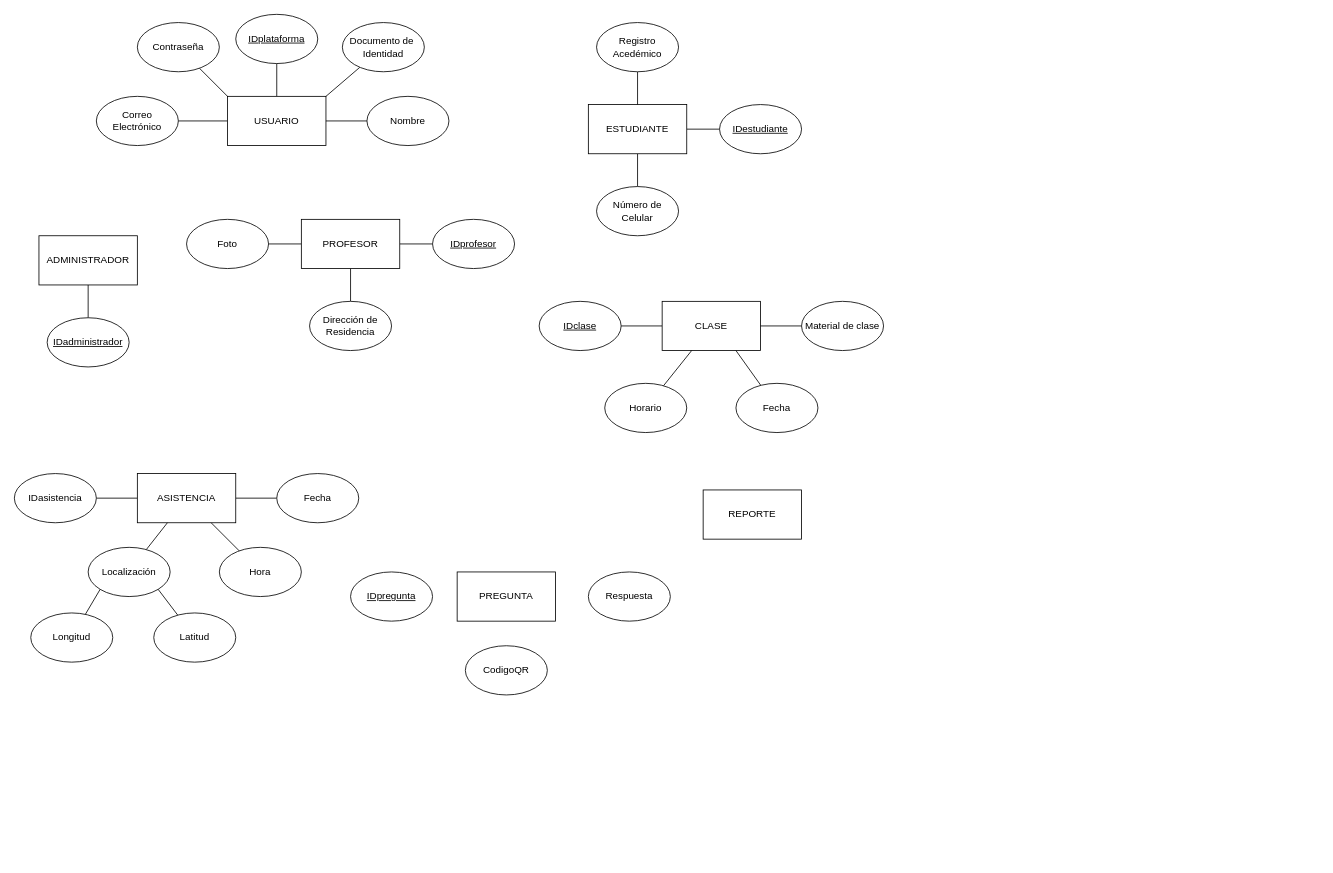
Before: Attenzio Entidad-Relación.drawio in 18luisc/Attenzio, a draw.io diagram. Source tidied: cells renumbered, new cells numbered last; positions are measured from the earlier drawing's top-left corner, leaving out a move shared by most shapes. Both pictures are drawn from the tidied source at 82%, with x=0, y=0 at pixel (14, 14).
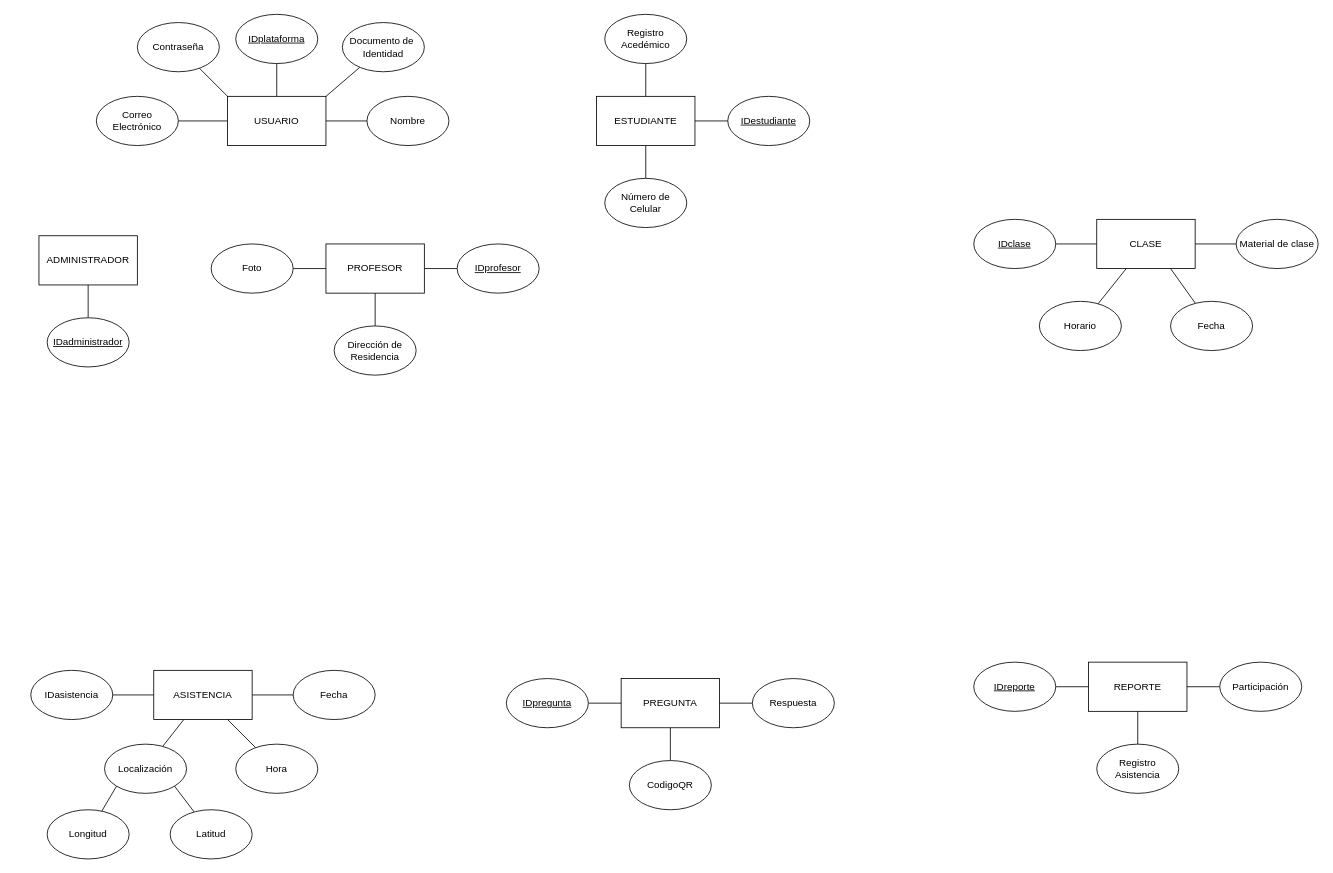
The same diagram, later.

Commit message:
Se agrega atributos de la entidad Reporte

Change to the diagram source:
```diff
@@
     <mxCell id="7" value="ESTUDIANTE" style="rounded=0;whiteSpace=wrap;html=1;" parent="1" vertex="1">
-      <mxGeometry x="700" y="110" width="120" height="60" as="geometry" />
+      <mxGeometry x="710" y="100" width="120" height="60" as="geometry" />
     </mxCell>
@@
     <mxCell id="11" value="PROFESOR" style="rounded=0;whiteSpace=wrap;html=1;" parent="1" vertex="1">
-      <mxGeometry x="350" y="250" width="120" height="60" as="geometry" />
+      <mxGeometry x="380" y="280" width="120" height="60" as="geometry" />
     </mxCell>
@@
     <mxCell id="15" value="CLASE" style="rounded=0;whiteSpace=wrap;html=1;" parent="1" vertex="1">
-      <mxGeometry x="790" y="350" width="120" height="60" as="geometry" />
+      <mxGeometry x="1320" y="250" width="120" height="60" as="geometry" />
     </mxCell>
@@
     <mxCell id="18" value="ASISTENCIA" style="rounded=0;whiteSpace=wrap;html=1;" parent="1" vertex="1">
-      <mxGeometry x="150" y="560" width="120" height="60" as="geometry" />
+      <mxGeometry x="170" y="800" width="120" height="60" as="geometry" />
     </mxCell>
     <mxCell id="19" value="PREGUNTA" style="rounded=0;whiteSpace=wrap;html=1;" parent="1" vertex="1">
-      <mxGeometry x="540" y="680" width="120" height="60" as="geometry" />
+      <mxGeometry x="740" y="810" width="120" height="60" as="geometry" />
     </mxCell>
     <mxCell id="20" value="REPORTE" style="rounded=0;whiteSpace=wrap;html=1;" parent="1" vertex="1">
-      <mxGeometry x="840" y="580" width="120" height="60" as="geometry" />
+      <mxGeometry x="1310" y="790" width="120" height="60" as="geometry" />
     </mxCell>
@@
     <mxCell id="29" value="&lt;u&gt;IDestudiante&lt;/u&gt;" style="ellipse;whiteSpace=wrap;html=1;" parent="1" vertex="1">
-      <mxGeometry x="860" y="110" width="100" height="60" as="geometry" />
+      <mxGeometry x="870" y="100" width="100" height="60" as="geometry" />
     </mxCell>
     <mxCell id="30" value="&lt;u&gt;IDprofesor&lt;/u&gt;" style="ellipse;whiteSpace=wrap;html=1;" parent="1" vertex="1">
-      <mxGeometry x="510" y="250" width="100" height="60" as="geometry" />
+      <mxGeometry x="540" y="280" width="100" height="60" as="geometry" />
     </mxCell>
@@
     <mxCell id="32" value="Dirección de Residencia" style="ellipse;whiteSpace=wrap;html=1;" parent="1" vertex="1">
-      <mxGeometry x="360" y="350" width="100" height="60" as="geometry" />
+      <mxGeometry x="390" y="380" width="100" height="60" as="geometry" />
     </mxCell>
     <mxCell id="33" value="Foto" style="ellipse;whiteSpace=wrap;html=1;" parent="1" vertex="1">
-      <mxGeometry x="210" y="250" width="100" height="60" as="geometry" />
+      <mxGeometry x="240" y="280" width="100" height="60" as="geometry" />
     </mxCell>
     <mxCell id="34" value="Número de Celular" style="ellipse;whiteSpace=wrap;html=1;" parent="1" vertex="1">
-      <mxGeometry x="710" y="210" width="100" height="60" as="geometry" />
+      <mxGeometry x="720" y="200" width="100" height="60" as="geometry" />
     </mxCell>
@@
     <mxCell id="36" value="Registro Acedémico" style="ellipse;whiteSpace=wrap;html=1;" parent="1" vertex="1">
-      <mxGeometry x="710" y="10" width="100" height="60" as="geometry" />
+      <mxGeometry x="720" width="100" height="60" as="geometry" />
     </mxCell>
     <mxCell id="37" value="&lt;u&gt;IDclase&lt;/u&gt;" style="ellipse;whiteSpace=wrap;html=1;" parent="1" vertex="1">
-      <mxGeometry x="640" y="350" width="100" height="60" as="geometry" />
+      <mxGeometry x="1170" y="250" width="100" height="60" as="geometry" />
     </mxCell>
@@
     <mxCell id="39" value="Fecha" style="ellipse;whiteSpace=wrap;html=1;" parent="1" vertex="1">
-      <mxGeometry x="880" y="450" width="100" height="60" as="geometry" />
+      <mxGeometry x="1410" y="350" width="100" height="60" as="geometry" />
     </mxCell>
@@
     <mxCell id="41" value="Horario" style="ellipse;whiteSpace=wrap;html=1;" parent="1" vertex="1">
-      <mxGeometry x="720" y="450" width="100" height="60" as="geometry" />
+      <mxGeometry x="1250" y="350" width="100" height="60" as="geometry" />
     </mxCell>
@@
     <mxCell id="43" value="Material de clase" style="ellipse;whiteSpace=wrap;html=1;" parent="1" vertex="1">
-      <mxGeometry x="960" y="350" width="100" height="60" as="geometry" />
+      <mxGeometry x="1490" y="250" width="100" height="60" as="geometry" />
     </mxCell>
     <mxCell id="44" value="Fecha" style="ellipse;whiteSpace=wrap;html=1;" parent="1" vertex="1">
-      <mxGeometry x="320" y="560" width="100" height="60" as="geometry" />
+      <mxGeometry x="340" y="800" width="100" height="60" as="geometry" />
     </mxCell>
@@
     <mxCell id="46" value="Hora" style="ellipse;whiteSpace=wrap;html=1;" parent="1" vertex="1">
-      <mxGeometry x="250" y="650" width="100" height="60" as="geometry" />
+      <mxGeometry x="270" y="890" width="100" height="60" as="geometry" />
     </mxCell>
@@
     <mxCell id="48" value="Localización" style="ellipse;whiteSpace=wrap;html=1;" parent="1" vertex="1">
-      <mxGeometry x="90" y="650" width="100" height="60" as="geometry" />
+      <mxGeometry x="110" y="890" width="100" height="60" as="geometry" />
     </mxCell>
@@
     <mxCell id="50" value="Longitud" style="ellipse;whiteSpace=wrap;html=1;" parent="1" vertex="1">
-      <mxGeometry x="20" y="730" width="100" height="60" as="geometry" />
+      <mxGeometry x="40" y="970" width="100" height="60" as="geometry" />
     </mxCell>
@@
     <mxCell id="52" value="Latitud" style="ellipse;whiteSpace=wrap;html=1;" parent="1" vertex="1">
-      <mxGeometry x="170" y="730" width="100" height="60" as="geometry" />
+      <mxGeometry x="190" y="970" width="100" height="60" as="geometry" />
     </mxCell>
     <mxCell id="53" value="IDasistencia" style="ellipse;whiteSpace=wrap;html=1;" parent="1" vertex="1">
-      <mxGeometry y="560" width="100" height="60" as="geometry" />
+      <mxGeometry x="20" y="800" width="100" height="60" as="geometry" />
     </mxCell>
+    <mxCell id="57" style="rounded=0;jettySize=auto;html=1;endArrow=none;endFill=0;" parent="1" edge="1" source="54" target="19">
+      <mxGeometry relative="1" as="geometry" />
+    </mxCell>
     <mxCell id="54" value="Respuesta" style="ellipse;whiteSpace=wrap;html=1;" parent="1" vertex="1">
-      <mxGeometry x="700" y="680" width="100" height="60" as="geometry" />
+      <mxGeometry x="900" y="810" width="100" height="60" as="geometry" />
     </mxCell>
+    <mxCell id="58" style="rounded=0;jettySize=auto;html=1;endArrow=none;endFill=0;" parent="1" edge="1" source="55" target="19">
+      <mxGeometry relative="1" as="geometry" />
+    </mxCell>
     <mxCell id="55" value="CodigoQR" style="ellipse;whiteSpace=wrap;html=1;" parent="1" vertex="1">
-      <mxGeometry x="550" y="770" width="100" height="60" as="geometry" />
+      <mxGeometry x="750" y="910" width="100" height="60" as="geometry" />
     </mxCell>
+    <mxCell id="59" style="rounded=0;jettySize=auto;html=1;endArrow=none;endFill=0;" parent="1" edge="1" source="56" target="19">
+      <mxGeometry relative="1" as="geometry" />
+    </mxCell>
     <mxCell id="56" value="&lt;u&gt;IDpregunta&lt;/u&gt;" style="ellipse;whiteSpace=wrap;html=1;" parent="1" vertex="1">
-      <mxGeometry x="410" y="680" width="100" height="60" as="geometry" />
+      <mxGeometry x="600" y="810" width="100" height="60" as="geometry" />
     </mxCell>
+    <mxCell id="60" style="edgeStyle=orthogonalEdgeStyle;rounded=0;jettySize=auto;html=1;endArrow=none;endFill=0;" parent="1" edge="1" source="61" target="20">
+      <mxGeometry relative="1" as="geometry" />
+    </mxCell>
+    <mxCell id="61" value="Participación" style="ellipse;whiteSpace=wrap;html=1;" parent="1" vertex="1">
+      <mxGeometry x="1470" y="790" width="100" height="60" as="geometry" />
+    </mxCell>
+    <mxCell id="62" style="rounded=0;jettySize=auto;html=1;endArrow=none;endFill=0;" parent="1" edge="1" source="63" target="20">
+      <mxGeometry relative="1" as="geometry" />
+    </mxCell>
+    <mxCell id="63" value="Registro&lt;div&gt;Asistencia&lt;/div&gt;" style="ellipse;whiteSpace=wrap;html=1;" parent="1" vertex="1">
+      <mxGeometry x="1320" y="890" width="100" height="60" as="geometry" />
+    </mxCell>
+    <mxCell id="64" style="rounded=0;jettySize=auto;html=1;endArrow=none;endFill=0;" parent="1" edge="1" source="65" target="20">
+      <mxGeometry relative="1" as="geometry" />
+    </mxCell>
+    <mxCell id="65" value="&lt;u&gt;IDreporte&lt;/u&gt;" style="ellipse;whiteSpace=wrap;html=1;" parent="1" vertex="1">
+      <mxGeometry x="1170" y="790" width="100" height="60" as="geometry" />
+    </mxCell>
```
